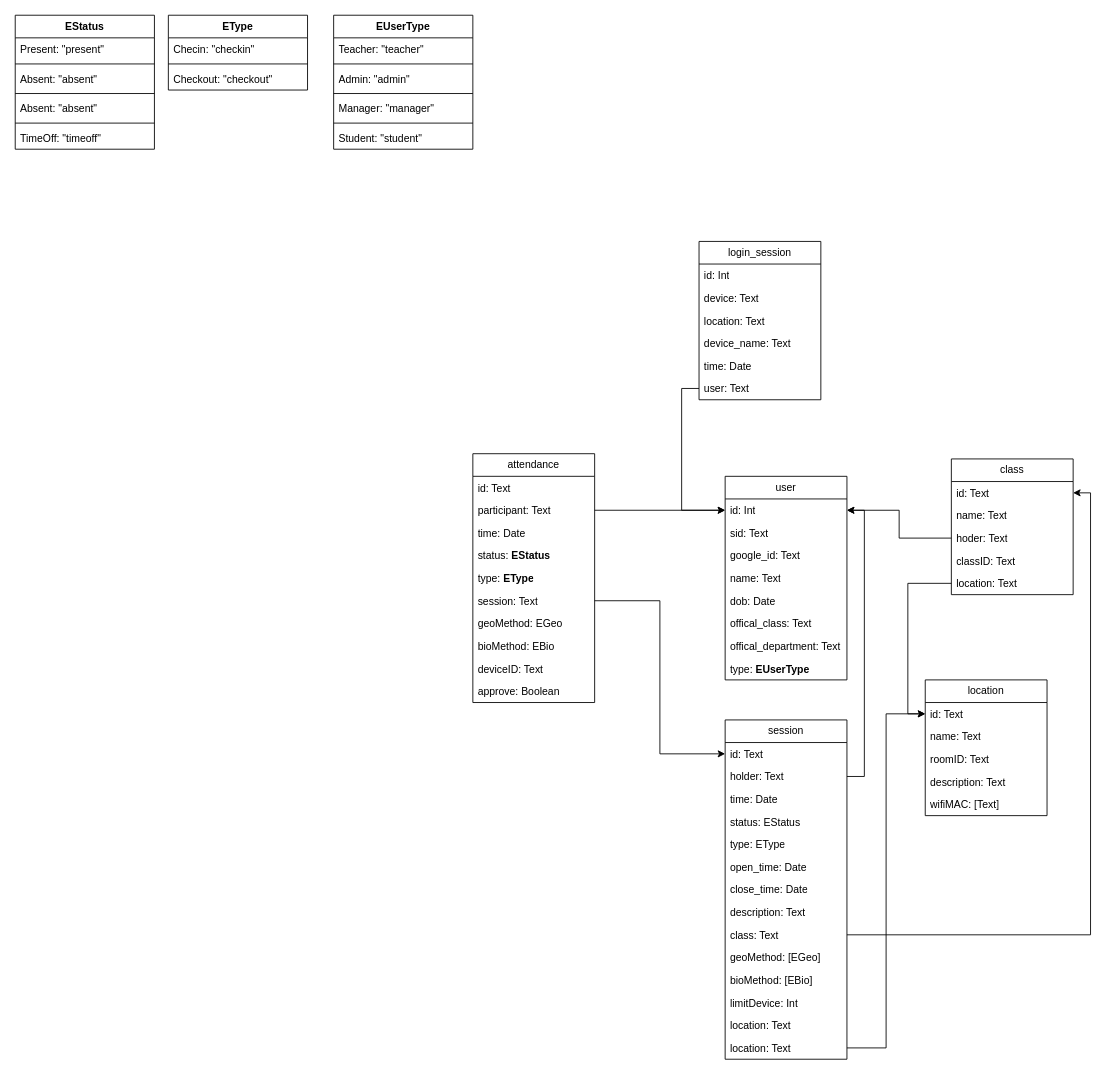
The draw.io diagram database.drawio in codengoo/attendance-be, before the edit. Source tidied: cells renumbered, new cells numbered last; positions are measured from the earlier drawing's top-left corner, leaving out a move shared by most shapes. Both pictures are drawn from the tidied source at 87%, with x=0, y=0 at pixel (15, 15).
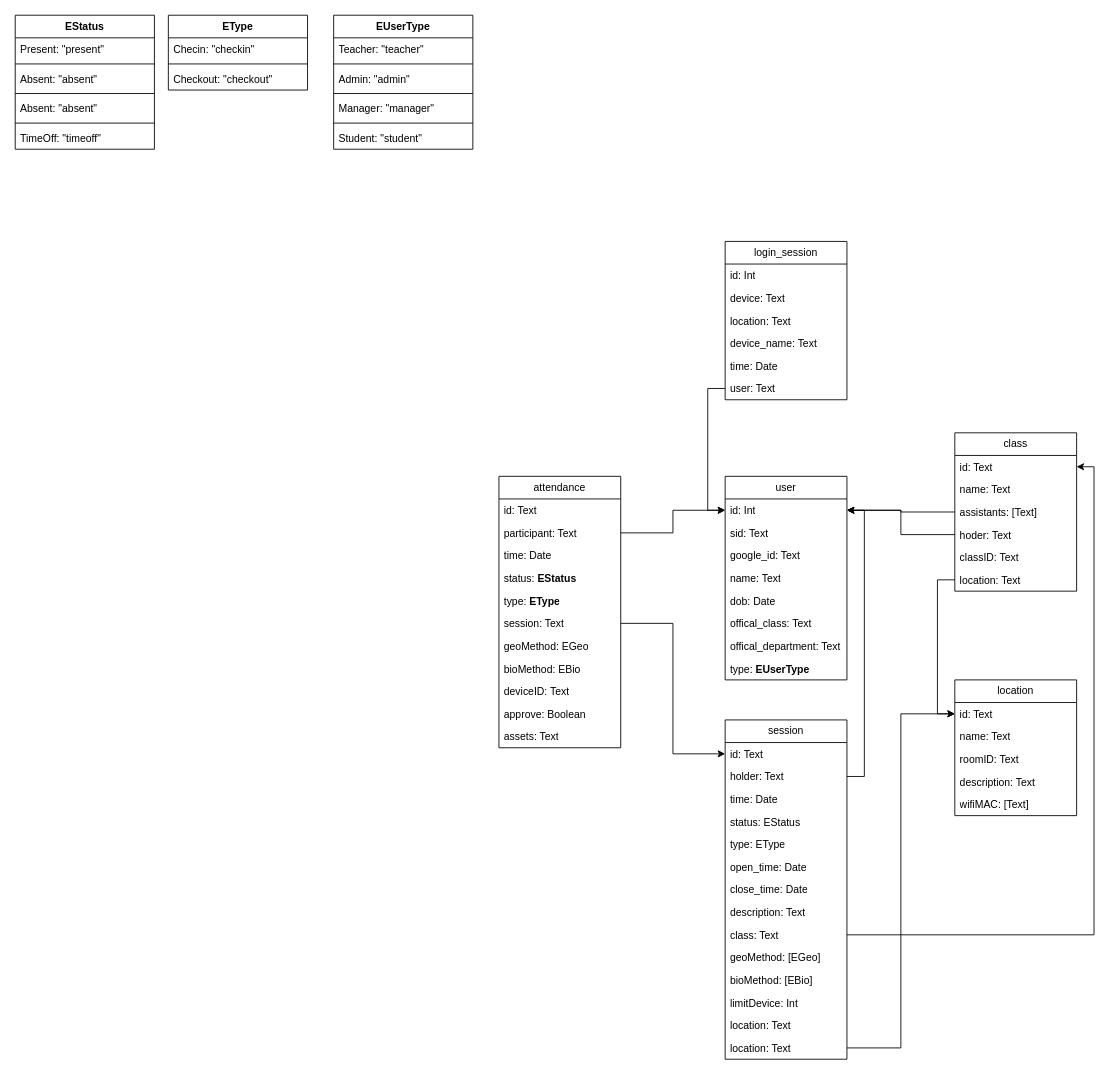
Above is the later version.

The change refers to these unchanged cells:
```xml
<mxCell id="3" value="id: Int" style="text;strokeColor=none;fillColor=none;align=left;verticalAlign=top;spacingLeft=4;spacingRight=4;overflow=hidden;points=[[0,0.5],[1,0.5]];portConstraint=eastwest;whiteSpace=wrap;html=1;" parent="2" vertex="1">
  <mxGeometry y="26" width="140" height="26" as="geometry" />
</mxCell>
<mxCell id="77" value="id: Text" style="text;strokeColor=none;fillColor=none;align=left;verticalAlign=top;spacingLeft=4;spacingRight=4;overflow=hidden;points=[[0,0.5],[1,0.5]];portConstraint=eastwest;whiteSpace=wrap;html=1;" parent="76" vertex="1">
  <mxGeometry y="26" width="140" height="26" as="geometry" />
</mxCell>
```

The edit, as a diff of the source:
```diff
@@
     <mxCell id="11" value="attendance" style="swimlane;fontStyle=0;horizontal=1;startSize=26;fillColor=none;whiteSpace=wrap;html=1;" parent="1" vertex="1">
-      <mxGeometry x="526" y="504" width="140" height="286" as="geometry" />
+      <mxGeometry x="556" y="530" width="140" height="312" as="geometry" />
     </mxCell>
@@
+    <mxCell id="84" value="assets: Text" style="text;strokeColor=none;fillColor=none;align=left;verticalAlign=top;spacingLeft=4;spacingRight=4;overflow=hidden;whiteSpace=wrap;html=1;" parent="11" vertex="1">
+      <mxGeometry y="286" width="140" height="26" as="geometry" />
+    </mxCell>
@@
     <mxCell id="59" value="class" style="swimlane;fontStyle=0;horizontal=1;startSize=26;fillColor=none;whiteSpace=wrap;html=1;" parent="1" vertex="1">
-      <mxGeometry x="1076" y="510" width="140" height="156" as="geometry" />
+      <mxGeometry x="1080" y="480" width="140" height="182" as="geometry" />
     </mxCell>
@@
+    <mxCell id="85" value="assistants: [Text]" style="text;strokeColor=none;fillColor=none;align=left;verticalAlign=top;spacingLeft=4;spacingRight=4;overflow=hidden;points=[[0,0.5],[1,0.5]];portConstraint=eastwest;whiteSpace=wrap;html=1;" parent="59" vertex="1">
+      <mxGeometry y="78" width="140" height="26" as="geometry" />
+    </mxCell>
     <mxCell id="62" value="hoder: Text" style="text;strokeColor=none;fillColor=none;align=left;verticalAlign=top;spacingLeft=4;spacingRight=4;overflow=hidden;points=[[0,0.5],[1,0.5]];portConstraint=eastwest;whiteSpace=wrap;html=1;" parent="59" vertex="1">
-      <mxGeometry y="78" width="140" height="26" as="geometry" />
+      <mxGeometry y="104" width="140" height="26" as="geometry" />
     </mxCell>
     <mxCell id="63" value="classID: Text" style="text;strokeColor=none;fillColor=none;align=left;verticalAlign=top;spacingLeft=4;spacingRight=4;overflow=hidden;whiteSpace=wrap;html=1;" parent="59" vertex="1">
-      <mxGeometry y="104" width="140" height="26" as="geometry" />
+      <mxGeometry y="130" width="140" height="26" as="geometry" />
     </mxCell>
     <mxCell id="64" value="location: Text" style="text;strokeColor=none;fillColor=none;align=left;verticalAlign=top;spacingLeft=4;spacingRight=4;overflow=hidden;points=[[0,0.5],[1,0.5]];portConstraint=eastwest;whiteSpace=wrap;html=1;" parent="59" vertex="1">
-      <mxGeometry y="130" width="140" height="26" as="geometry" />
+      <mxGeometry y="156" width="140" height="26" as="geometry" />
     </mxCell>
@@
     <mxCell id="69" value="login_session" style="swimlane;fontStyle=0;horizontal=1;startSize=26;fillColor=none;whiteSpace=wrap;html=1;" parent="1" vertex="1">
-      <mxGeometry x="786" y="260" width="140" height="182" as="geometry" />
+      <mxGeometry x="816" y="260" width="140" height="182" as="geometry" />
     </mxCell>
@@
     <mxCell id="76" value="location" style="swimlane;fontStyle=0;horizontal=1;startSize=26;fillColor=none;whiteSpace=wrap;html=1;" parent="1" vertex="1">
-      <mxGeometry x="1046" y="764" width="140" height="156" as="geometry" />
+      <mxGeometry x="1080" y="764" width="140" height="156" as="geometry" />
     </mxCell>
@@
-    <mxCell id="82" style="edgeStyle=orthogonalEdgeStyle;rounded=0;jettySize=auto;html=1;entryX=0;entryY=0.5;entryDx=0;entryDy=0;" parent="1" edge="1" source="64" target="77">
+    <mxCell id="82" style="edgeStyle=orthogonalEdgeStyle;rounded=0;jettySize=auto;html=1;entryX=0;entryY=0.5;entryDx=0;entryDy=0;exitX=0;exitY=0.5;exitDx=0;exitDy=0;" parent="1" edge="1" source="64" target="77">
       <mxGeometry relative="1" as="geometry" />
     </mxCell>
@@
+    <mxCell id="86" style="edgeStyle=orthogonalEdgeStyle;rounded=0;jettySize=auto;html=1;entryX=1;entryY=0.5;entryDx=0;entryDy=0;" parent="1" edge="1" source="85" target="3">
+      <mxGeometry relative="1" as="geometry" />
+    </mxCell>
```
